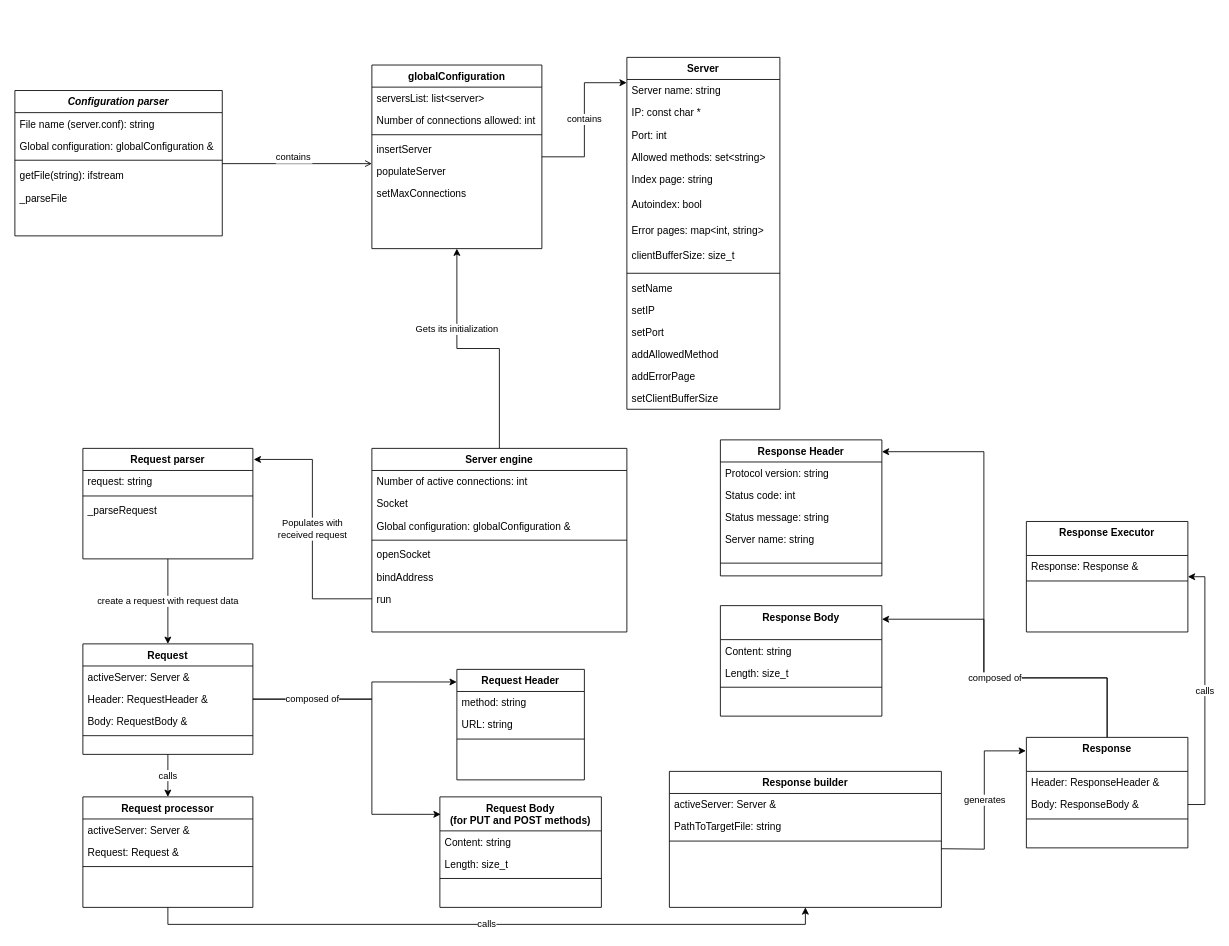
ababoum/webserv keeps this draw.io diagram as webserv_architecture.drawio. Above is the earlier version. Source tidied: cells renumbered, new cells numbered last; positions are measured from the earlier drawing's top-left corner, leaving out a move shared by most shapes. Both pictures are drawn from the tidied source at 85%, with x=0, y=0 at pixel (14, 57).
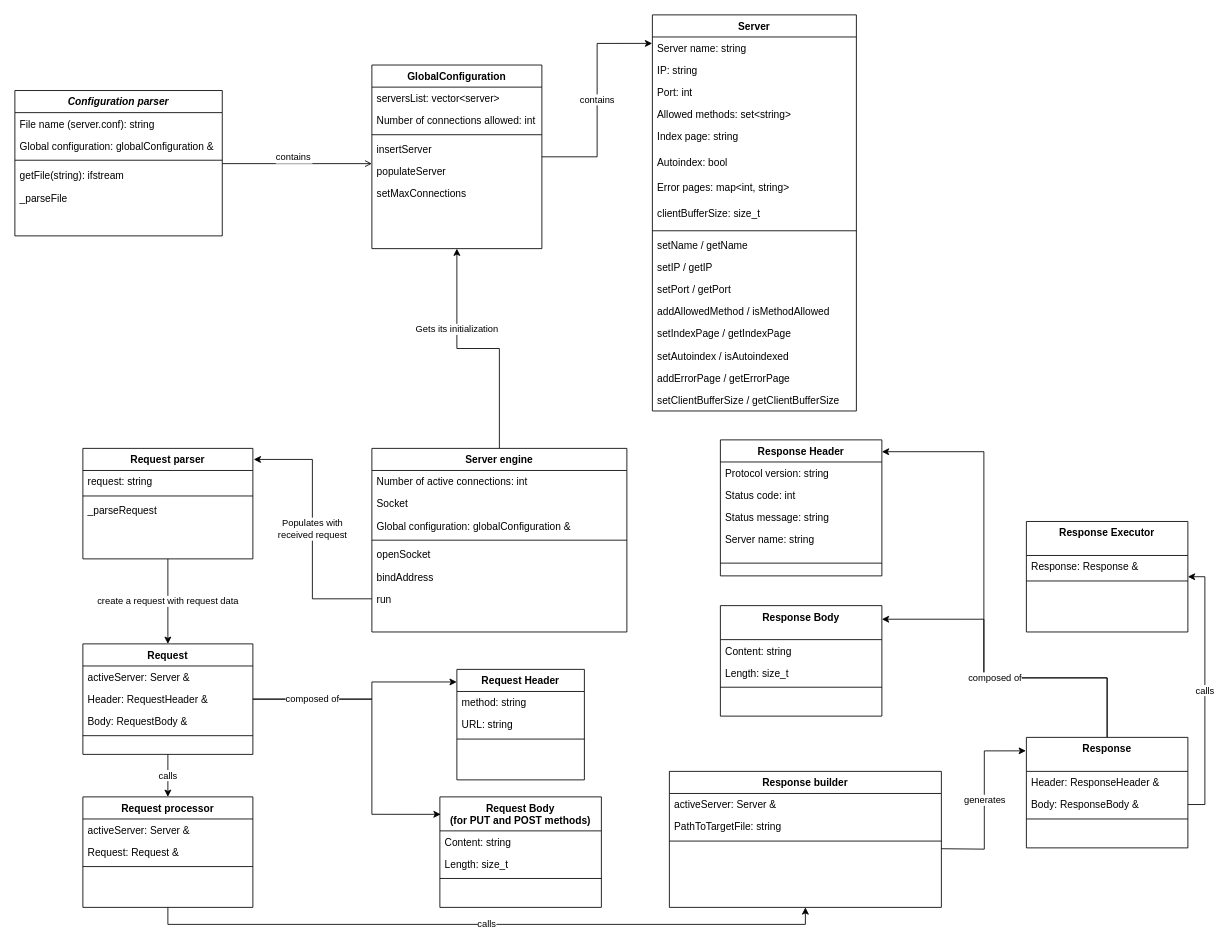
The same diagram, later.

Diff of the diagram source:
```diff
@@
-    <mxCell id="9" value="globalConfiguration" style="swimlane;fontStyle=1;align=center;verticalAlign=top;horizontal=1;startSize=26;rounded=0;shadow=0;strokeWidth=1;" parent="1" vertex="1">
+    <mxCell id="9" value="GlobalConfiguration" style="swimlane;fontStyle=1;align=center;verticalAlign=top;horizontal=1;startSize=26;rounded=0;shadow=0;strokeWidth=1;" parent="1" vertex="1">
       <mxGeometry x="420" y="9" width="200" height="216" as="geometry" />
     </mxCell>
-    <mxCell id="10" value="serversList: list&lt;server&gt;" style="text;align=left;verticalAlign=top;spacingLeft=4;spacingRight=4;overflow=hidden;" parent="9" vertex="1">
+    <mxCell id="10" value="serversList: vector&lt;server&gt;" style="text;align=left;verticalAlign=top;spacingLeft=4;spacingRight=4;overflow=hidden;" parent="9" vertex="1">
       <mxGeometry y="26" width="200" height="26" as="geometry" />
     </mxCell>
@@
-    <mxCell id="17" value="Server" style="swimlane;fontStyle=1;align=center;verticalAlign=top;horizontal=1;startSize=26;rounded=0;shadow=0;strokeWidth=1;" parent="1" vertex="1">
-      <mxGeometry x="720" width="180" height="414" as="geometry" />
+    <mxCell id="17" value="Server" style="swimlane;fontStyle=1;align=center;verticalAlign=top;horizontal=1;startSize=26;rounded=0;shadow=0;strokeWidth=1;glass=0;sketch=0;" parent="1" vertex="1">
+      <mxGeometry x="750" y="-50" width="240" height="466" as="geometry" />
     </mxCell>
     <mxCell id="18" value="Server name: string" style="text;align=left;verticalAlign=top;spacingLeft=4;spacingRight=4;overflow=hidden;rounded=0;shadow=0;html=0;fontStyle=0;" parent="17" vertex="1">
-      <mxGeometry y="26" width="180" height="26" as="geometry" />
+      <mxGeometry y="26" width="240" height="26" as="geometry" />
     </mxCell>
-    <mxCell id="19" value="IP: const char *" style="text;align=left;verticalAlign=top;spacingLeft=4;spacingRight=4;overflow=hidden;fontStyle=0;" parent="17" vertex="1">
-      <mxGeometry y="52" width="180" height="26" as="geometry" />
+    <mxCell id="19" value="IP: string" style="text;align=left;verticalAlign=top;spacingLeft=4;spacingRight=4;overflow=hidden;fontStyle=0;" parent="17" vertex="1">
+      <mxGeometry y="52" width="240" height="26" as="geometry" />
     </mxCell>
     <mxCell id="20" value="Port: int" style="text;align=left;verticalAlign=top;spacingLeft=4;spacingRight=4;overflow=hidden;rounded=0;shadow=0;html=0;fontStyle=0;" parent="17" vertex="1">
-      <mxGeometry y="78" width="180" height="26" as="geometry" />
+      <mxGeometry y="78" width="240" height="26" as="geometry" />
     </mxCell>
     <mxCell id="21" value="Allowed methods: set&lt;string&gt;" style="text;align=left;verticalAlign=top;spacingLeft=4;spacingRight=4;overflow=hidden;rounded=0;shadow=0;html=0;fontStyle=0;" parent="17" vertex="1">
-      <mxGeometry y="104" width="180" height="26" as="geometry" />
+      <mxGeometry y="104" width="240" height="26" as="geometry" />
     </mxCell>
     <mxCell id="22" value="Index page: string" style="text;align=left;verticalAlign=top;spacingLeft=4;spacingRight=4;overflow=hidden;rounded=0;shadow=0;html=0;fontStyle=0;" parent="17" vertex="1">
-      <mxGeometry y="130" width="180" height="30" as="geometry" />
+      <mxGeometry y="130" width="240" height="30" as="geometry" />
     </mxCell>
     <mxCell id="23" value="Autoindex: bool" style="text;align=left;verticalAlign=top;spacingLeft=4;spacingRight=4;overflow=hidden;rounded=0;shadow=0;html=0;fontStyle=0;" parent="17" vertex="1">
-      <mxGeometry y="160" width="180" height="30" as="geometry" />
+      <mxGeometry y="160" width="240" height="30" as="geometry" />
     </mxCell>
     <mxCell id="24" value="Error pages: map&lt;int, string&gt;" style="text;align=left;verticalAlign=top;spacingLeft=4;spacingRight=4;overflow=hidden;rounded=0;shadow=0;html=0;fontStyle=0;" parent="17" vertex="1">
-      <mxGeometry y="190" width="180" height="30" as="geometry" />
+      <mxGeometry y="190" width="240" height="30" as="geometry" />
     </mxCell>
     <mxCell id="25" value="clientBufferSize: size_t" style="text;align=left;verticalAlign=top;spacingLeft=4;spacingRight=4;overflow=hidden;rounded=0;shadow=0;html=0;fontStyle=0;" parent="17" vertex="1">
-      <mxGeometry y="220" width="180" height="30" as="geometry" />
+      <mxGeometry y="220" width="240" height="30" as="geometry" />
     </mxCell>
     <mxCell id="26" style="line;html=1;strokeWidth=1;align=left;verticalAlign=middle;spacingTop=-1;spacingLeft=3;spacingRight=3;labelPosition=right;" parent="17" vertex="1">
-      <mxGeometry y="250" width="180" height="8" as="geometry" />
+      <mxGeometry y="250" width="240" height="8" as="geometry" />
     </mxCell>
-    <mxCell id="27" value="setName" style="text;align=left;verticalAlign=top;spacingLeft=4;spacingRight=4;overflow=hidden;" parent="17" vertex="1">
-      <mxGeometry y="258" width="180" height="26" as="geometry" />
+    <mxCell id="27" value="setName / getName" style="text;align=left;verticalAlign=top;spacingLeft=4;spacingRight=4;overflow=hidden;" parent="17" vertex="1">
+      <mxGeometry y="258" width="240" height="26" as="geometry" />
     </mxCell>
-    <mxCell id="28" value="setIP" style="text;align=left;verticalAlign=top;spacingLeft=4;spacingRight=4;overflow=hidden;" parent="17" vertex="1">
-      <mxGeometry y="284" width="180" height="26" as="geometry" />
+    <mxCell id="28" value="setIP / getIP" style="text;align=left;verticalAlign=top;spacingLeft=4;spacingRight=4;overflow=hidden;" parent="17" vertex="1">
+      <mxGeometry y="284" width="240" height="26" as="geometry" />
     </mxCell>
-    <mxCell id="29" value="setPort" style="text;align=left;verticalAlign=top;spacingLeft=4;spacingRight=4;overflow=hidden;" parent="17" vertex="1">
-      <mxGeometry y="310" width="180" height="26" as="geometry" />
+    <mxCell id="29" value="setPort / getPort" style="text;align=left;verticalAlign=top;spacingLeft=4;spacingRight=4;overflow=hidden;" parent="17" vertex="1">
+      <mxGeometry y="310" width="240" height="26" as="geometry" />
     </mxCell>
+    <mxCell id="94" value="addAllowedMethod / isMethodAllowed" style="text;align=left;verticalAlign=top;spacingLeft=4;spacingRight=4;overflow=hidden;" parent="17" vertex="1">
+      <mxGeometry y="336" width="240" height="26" as="geometry" />
+    </mxCell>
+    <mxCell id="95" value="setIndexPage / getIndexPage" style="text;align=left;verticalAlign=top;spacingLeft=4;spacingRight=4;overflow=hidden;" parent="17" vertex="1">
+      <mxGeometry y="362" width="240" height="26" as="geometry" />
+    </mxCell>
-    <mxCell id="30" value="addAllowedMethod" style="text;align=left;verticalAlign=top;spacingLeft=4;spacingRight=4;overflow=hidden;" parent="17" vertex="1">
-      <mxGeometry y="336" width="180" height="26" as="geometry" />
+    <mxCell id="30" value="setAutoindex / isAutoindexed" style="text;align=left;verticalAlign=top;spacingLeft=4;spacingRight=4;overflow=hidden;" parent="17" vertex="1">
+      <mxGeometry y="388" width="240" height="26" as="geometry" />
     </mxCell>
-    <mxCell id="31" value="addErrorPage" style="text;align=left;verticalAlign=top;spacingLeft=4;spacingRight=4;overflow=hidden;" parent="17" vertex="1">
-      <mxGeometry y="362" width="180" height="26" as="geometry" />
+    <mxCell id="31" value="addErrorPage / getErrorPage" style="text;align=left;verticalAlign=top;spacingLeft=4;spacingRight=4;overflow=hidden;" parent="17" vertex="1">
+      <mxGeometry y="414" width="240" height="26" as="geometry" />
     </mxCell>
-    <mxCell id="32" value="setClientBufferSize" style="text;align=left;verticalAlign=top;spacingLeft=4;spacingRight=4;overflow=hidden;" parent="17" vertex="1">
-      <mxGeometry y="388" width="180" height="26" as="geometry" />
+    <mxCell id="32" value="setClientBufferSize / getClientBufferSize" style="text;align=left;verticalAlign=top;spacingLeft=4;spacingRight=4;overflow=hidden;" parent="17" vertex="1">
+      <mxGeometry y="440" width="240" height="26" as="geometry" />
     </mxCell>
```
